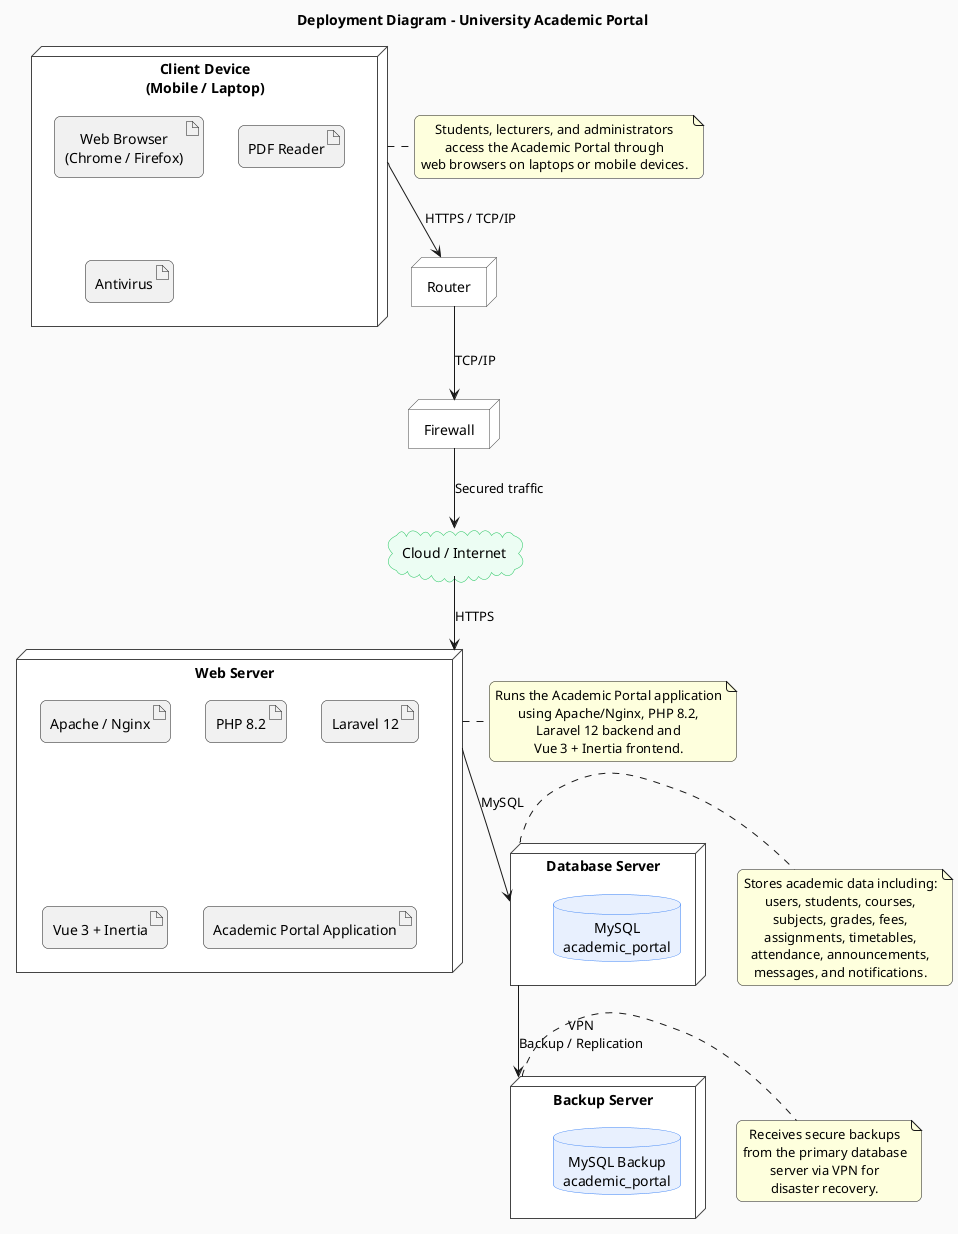
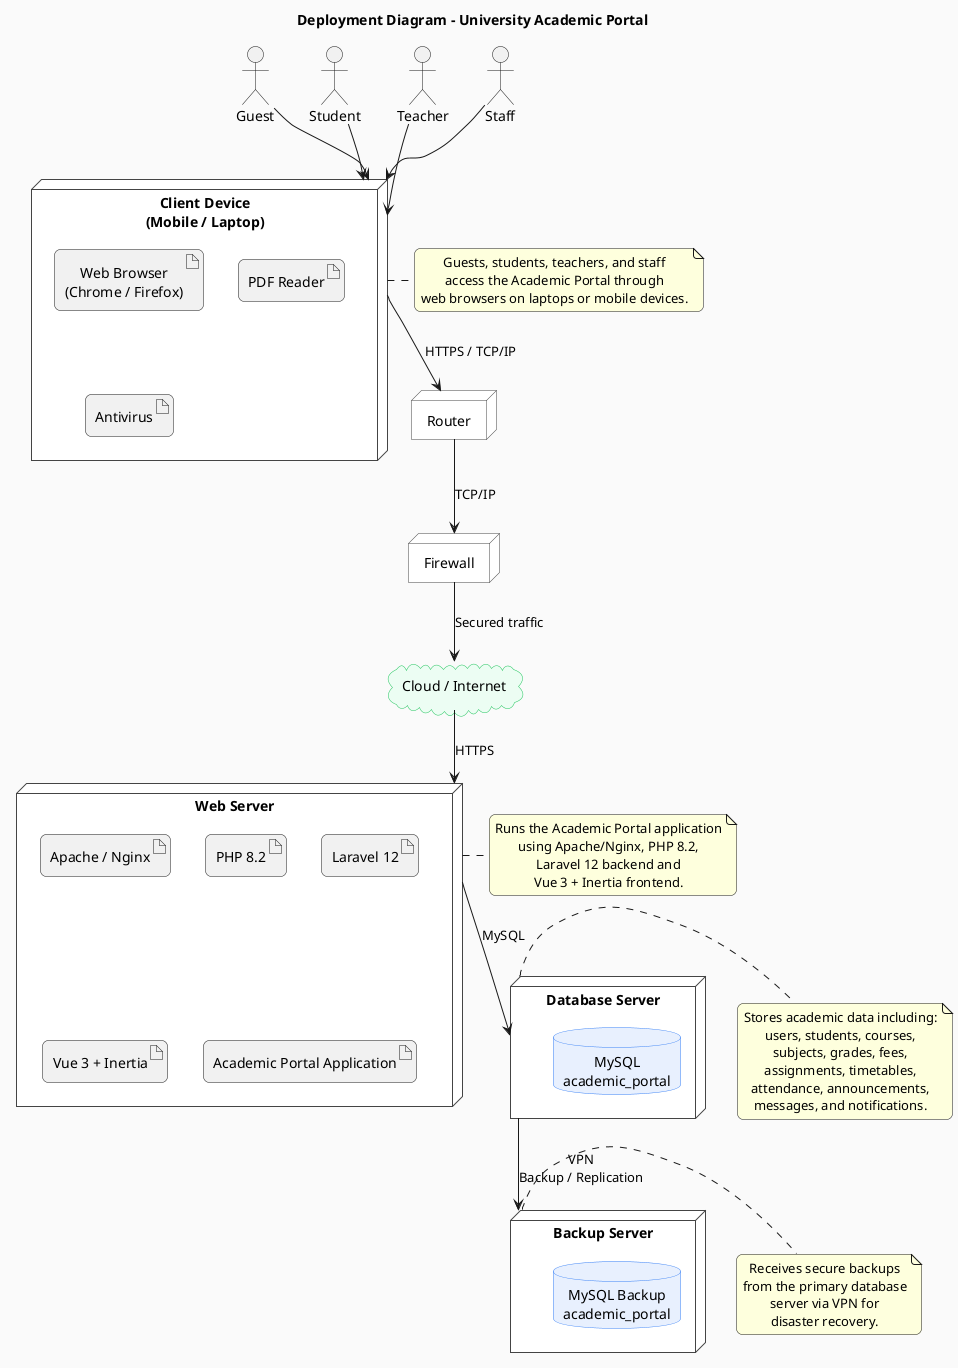
@startuml
title Deployment Diagram - University Academic Portal
top to bottom direction

skinparam shadowing false
skinparam roundcorner 12
skinparam defaultTextAlignment center
skinparam componentStyle rectangle
skinparam backgroundColor #FAFAFA

skinparam node {
  BackgroundColor white
  BorderColor #444444
}

skinparam database {
  BackgroundColor #E8F0FE
  BorderColor #3B82F6
}

skinparam cloud {
  BackgroundColor #ECFDF3
  BorderColor #22C55E
}
+ 
+ actor Guest
+ actor Student
+ actor Teacher
+ actor Staff

node "Client Device\n(Mobile / Laptop)" as Client {
  artifact "Web Browser\n(Chrome / Firefox)"
  artifact "PDF Reader"
  artifact "Antivirus"
}

node "Router" as Router
node "Firewall" as Firewall
cloud "Cloud / Internet" as Internet

node "Web Server" as WebServer {
  artifact "Apache / Nginx"
  artifact "PHP 8.2"
  artifact "Laravel 12"
  artifact "Vue 3 + Inertia"
  artifact "Academic Portal Application"
}

together {
  node "Database Server" as DBServer {
    database "MySQL\nacademic_portal"
  }

  node "Backup Server" as BackupServer {
    database "MySQL Backup\nacademic_portal"
  }
}

+ Guest --> Client
+ Student --> Client
+ Teacher --> Client
+ Staff --> Client
+ 
Client --> Router : HTTPS / TCP/IP
Router --> Firewall : TCP/IP
Firewall --> Internet : Secured traffic
Internet --> WebServer : HTTPS

WebServer --> DBServer : MySQL
DBServer --> BackupServer : VPN\nBackup / Replication

note right of Client
- Students, lecturers, and administrators
+ Guests, students, teachers, and staff
access the Academic Portal through
web browsers on laptops or mobile devices.
end note

note right of WebServer
Runs the Academic Portal application
using Apache/Nginx, PHP 8.2,
Laravel 12 backend and
Vue 3 + Inertia frontend.
end note

note right of DBServer
Stores academic data including:
users, students, courses,
subjects, grades, fees,
assignments, timetables,
attendance, announcements,
messages, and notifications.
end note

note right of BackupServer
Receives secure backups
from the primary database
server via VPN for
disaster recovery.
end note
+ 
@enduml